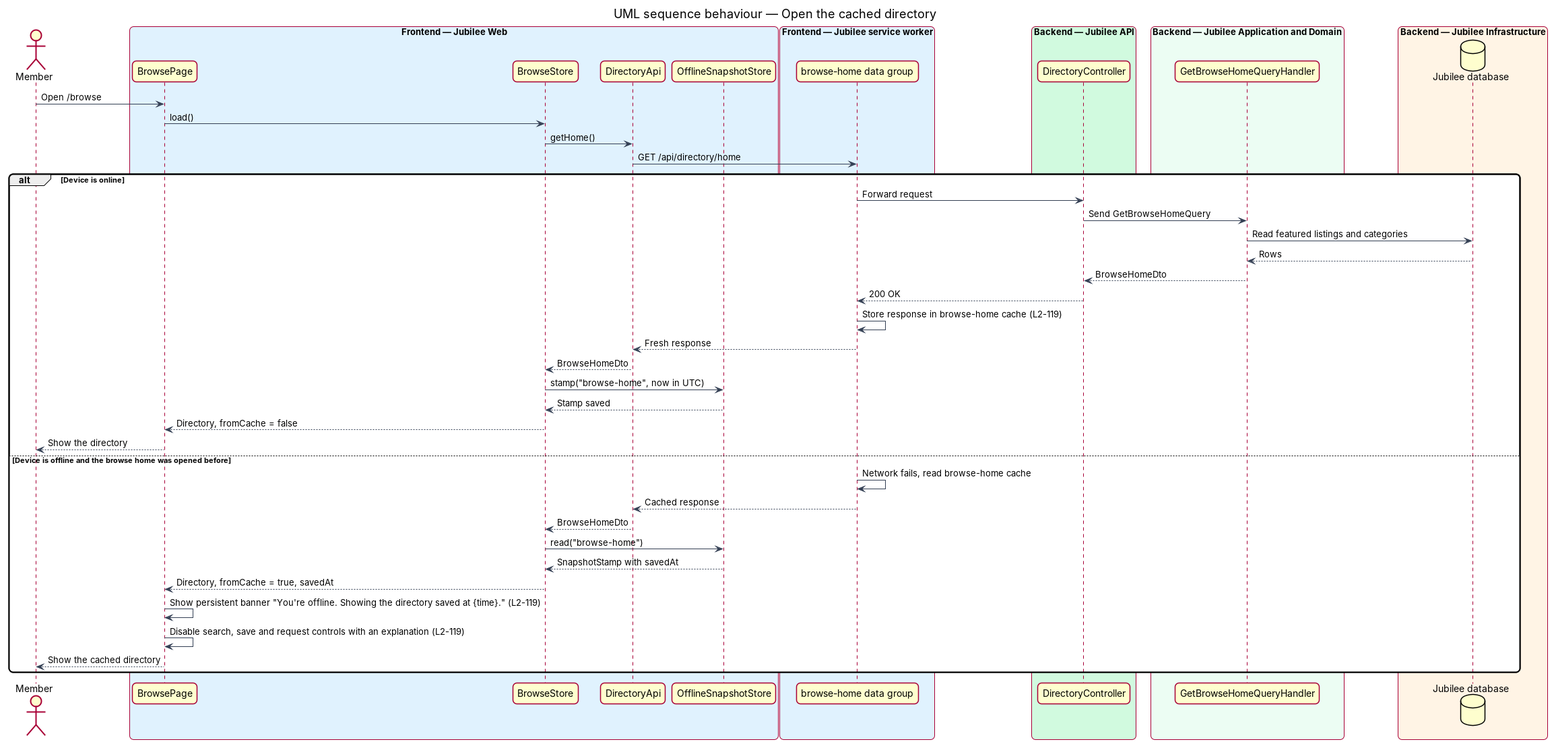
Above: docs/detailed-designs/offline/browse-offline/diagrams/sequence-open-cached-directory.png in QuinntyneBrown/jubilee (PlantUML), before the change. Its source is kept beside it as docs/detailed-designs/offline/browse-offline/diagrams/sequence-open-cached-directory.puml. Source of this version:
```plantuml
@startuml
title UML sequence behaviour — Open the cached directory
skinparam backgroundColor #FFFFFF
skinparam shadowing false
skinparam roundcorner 12
skinparam defaultFontName Arial
skinparam ArrowColor #344054
skinparam rectangle {
  BorderColor #344054
  FontColor #101828
}
skinparam package {
  BorderColor #667085
  FontColor #101828
  BackgroundColor #F9FAFB
}
actor "Member" as actor
box "Frontend — Jubilee Web" #E0F2FE
  participant "BrowsePage" as page
  participant "BrowseStore" as store
  participant "DirectoryApi" as client
  participant "OfflineSnapshotStore" as snap
end box
box "Frontend — Jubilee service worker" #E0F2FE
  participant "browse-home data group" as sw
end box
box "Backend — Jubilee API" #D1FADF
  participant "DirectoryController" as controller
end box
box "Backend — Jubilee Application and Domain" #ECFDF3
  participant "GetBrowseHomeQueryHandler" as handler
end box
box "Backend — Jubilee Infrastructure" #FFF4E5
  database "Jubilee database" as db
end box
actor -> page : Open /browse
page -> store : load()
store -> client : getHome()
client -> sw : GET /api/directory/home
alt Device is online
  sw -> controller : Forward request
  controller -> handler : Send GetBrowseHomeQuery
  handler -> db : Read featured listings and categories
  db --> handler : Rows
  handler --> controller : BrowseHomeDto
  controller --> sw : 200 OK
  sw -> sw : Store response in browse-home cache (L2-119)
  sw --> client : Fresh response
  client --> store : BrowseHomeDto
  store -> snap : stamp("browse-home", now in UTC)
  snap --> store : Stamp saved
  store --> page : Directory, fromCache = false
  page --> actor : Show the directory
else Device is offline and the browse home was opened before
  sw -> sw : Network fails, read browse-home cache
  sw --> client : Cached response
  client --> store : BrowseHomeDto
  store -> snap : read("browse-home")
  snap --> store : SnapshotStamp with savedAt
  store --> page : Directory, fromCache = true, savedAt
  page -> page : Show persistent banner "You're offline. Showing the directory saved at {time}." (L2-119)
  page -> page : Disable search, save and request controls with an explanation (L2-119)
  page --> actor : Show the cached directory
end
@enduml
```
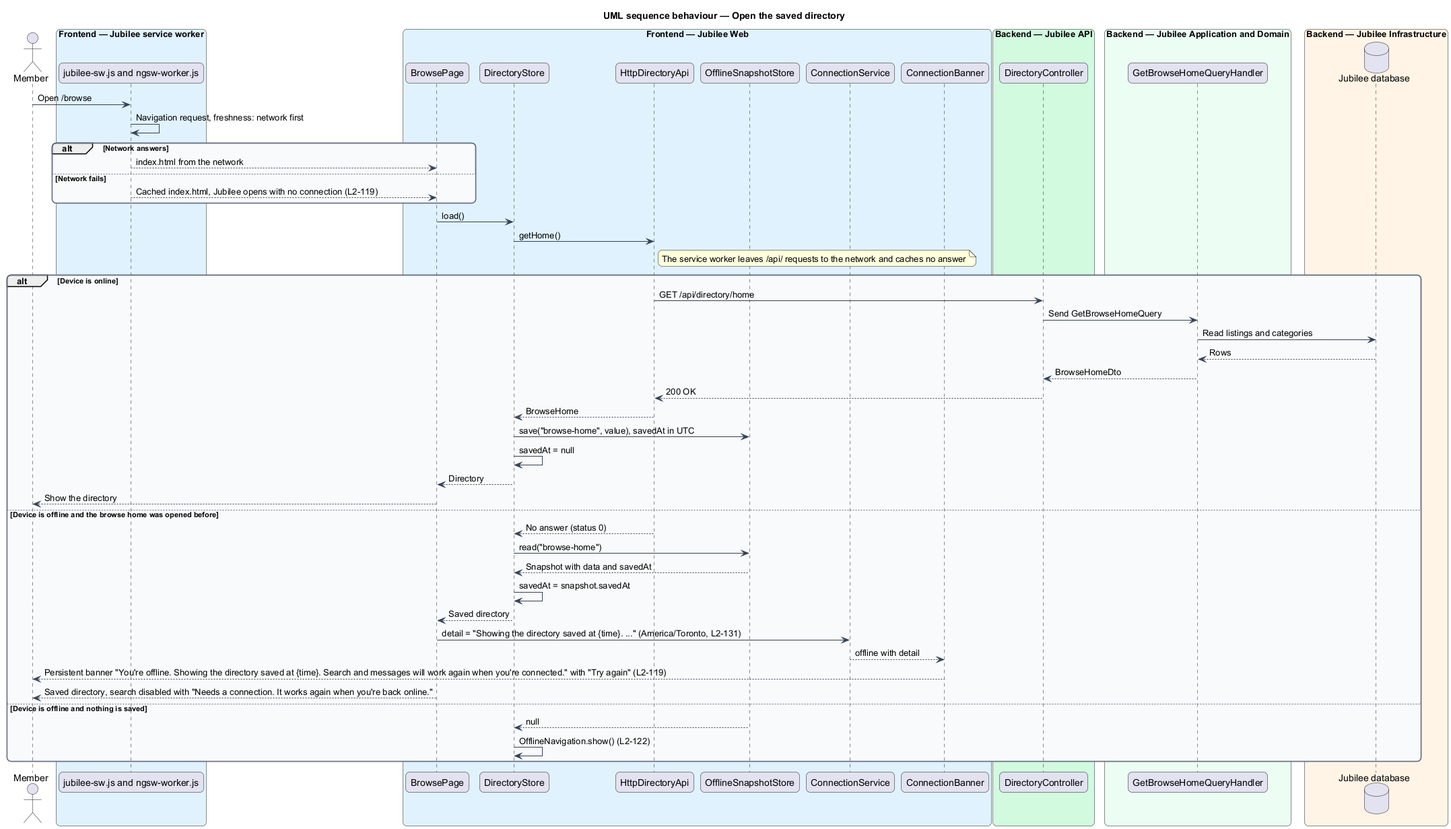
Later version of the same file.

What changed in the source:
```diff
@@ -1,5 +1,5 @@
 @startuml
-title UML sequence behaviour — Open the cached directory
+title UML sequence behaviour — Open the saved directory
 skinparam backgroundColor #FFFFFF
 skinparam shadowing false
 skinparam roundcorner 12
@@ -15,14 +15,16 @@
   BackgroundColor #F9FAFB
 }
 actor "Member" as actor
+box "Frontend — Jubilee service worker" #E0F2FE
+  participant "jubilee-sw.js and ngsw-worker.js" as sw
+end box
 box "Frontend — Jubilee Web" #E0F2FE
   participant "BrowsePage" as page
-  participant "BrowseStore" as store
-  participant "DirectoryApi" as client
+  participant "DirectoryStore" as store
+  participant "HttpDirectoryApi" as client
   participant "OfflineSnapshotStore" as snap
-end box
-box "Frontend — Jubilee service worker" #E0F2FE
-  participant "browse-home data group" as sw
+  participant "ConnectionService" as conn
+  participant "ConnectionBanner" as banner
 end box
 box "Backend — Jubilee API" #D1FADF
   participant "DirectoryController" as controller
@@ -33,33 +35,40 @@
 box "Backend — Jubilee Infrastructure" #FFF4E5
   database "Jubilee database" as db
 end box
-actor -> page : Open /browse
+actor -> sw : Open /browse
+sw -> sw : Navigation request, freshness: network first
+alt Network answers
+  sw --> page : index.html from the network
+else Network fails
+  sw --> page : Cached index.html, Jubilee opens with no connection (L2-119)
+end
 page -> store : load()
 store -> client : getHome()
-client -> sw : GET /api/directory/home
+note right of client : The service worker leaves /api/ requests to the network and caches no answer
 alt Device is online
-  sw -> controller : Forward request
+  client -> controller : GET /api/directory/home
   controller -> handler : Send GetBrowseHomeQuery
-  handler -> db : Read featured listings and categories
+  handler -> db : Read listings and categories
   db --> handler : Rows
   handler --> controller : BrowseHomeDto
-  controller --> sw : 200 OK
-  sw -> sw : Store response in browse-home cache (L2-119)
-  sw --> client : Fresh response
-  client --> store : BrowseHomeDto
-  store -> snap : stamp("browse-home", now in UTC)
-  snap --> store : Stamp saved
-  store --> page : Directory, fromCache = false
+  controller --> client : 200 OK
+  client --> store : BrowseHome
+  store -> snap : save("browse-home", value), savedAt in UTC
+  store -> store : savedAt = null
+  store --> page : Directory
   page --> actor : Show the directory
 else Device is offline and the browse home was opened before
-  sw -> sw : Network fails, read browse-home cache
-  sw --> client : Cached response
-  client --> store : BrowseHomeDto
+  client --> store : No answer (status 0)
   store -> snap : read("browse-home")
-  snap --> store : SnapshotStamp with savedAt
-  store --> page : Directory, fromCache = true, savedAt
-  page -> page : Show persistent banner "You're offline. Showing the directory saved at {time}." (L2-119)
-  page -> page : Disable search, save and request controls with an explanation (L2-119)
-  page --> actor : Show the cached directory
+  snap --> store : Snapshot with data and savedAt
+  store -> store : savedAt = snapshot.savedAt
+  store --> page : Saved directory
+  page -> conn : detail = "Showing the directory saved at {time}. ..." (America/Toronto, L2-131)
+  conn --> banner : offline with detail
+  banner --> actor : Persistent banner "You're offline. Showing the directory saved at {time}. Search and messages will work again when you're connected." with "Try again" (L2-119)
+  page --> actor : Saved directory, search disabled with "Needs a connection. It works again when you're back online."
+else Device is offline and nothing is saved
+  snap --> store : null
+  store -> store : OfflineNavigation.show() (L2-122)
 end
 @enduml
```
